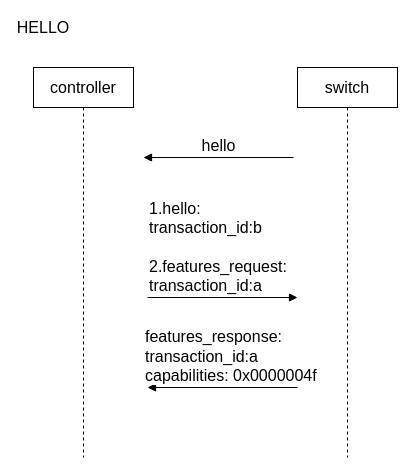
The draw.io diagram page "第 1 页" (1 of 9) of SDN.drawio in waterwatermelon/graph, before the edit. Source tidied: cells renumbered, new cells numbered last; positions are measured from the earlier drawing's top-left corner, leaving out a move shared by most shapes. Both pictures are drawn from the tidied source at 100%, with x=0, y=0 at pixel (23, 17).
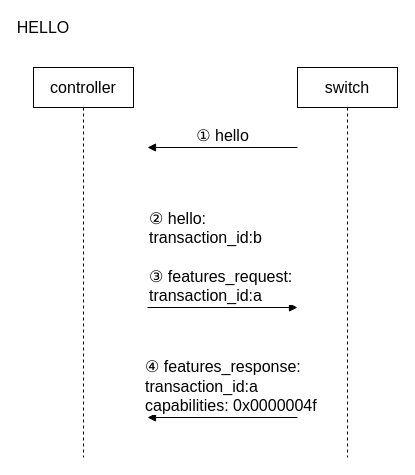
The same diagram, later.

What changed in the source:
```diff
@@
 <mxGraphModel>
   <root>
     <mxCell id="0" />
     <mxCell id="1" parent="0" />
     <mxCell id="2" value="HELLO" style="text;html=1;strokeColor=none;fillColor=none;align=center;verticalAlign=middle;whiteSpace=wrap;rounded=0;fontSize=16;" parent="1" vertex="1">
       <mxGeometry width="40" height="20" as="geometry" />
     </mxCell>
     <mxCell id="3" value="controller" style="shape=umlLifeline;perimeter=lifelinePerimeter;whiteSpace=wrap;html=1;fontSize=16;" parent="1" vertex="1">
       <mxGeometry x="10" y="50" width="100" height="390" as="geometry" />
     </mxCell>
     <mxCell id="4" value="switch" style="shape=umlLifeline;perimeter=lifelinePerimeter;whiteSpace=wrap;html=1;fontSize=16;" parent="1" vertex="1">
       <mxGeometry x="274" y="50" width="100" height="390" as="geometry" />
     </mxCell>
-    <mxCell id="5" value="hello" style="html=1;verticalAlign=bottom;endArrow=block;fontSize=16;" parent="1" edge="1">
+    <mxCell id="5" value="① hello" style="html=1;verticalAlign=bottom;endArrow=block;fontSize=16;" parent="1" edge="1">
       <mxGeometry relative="1" as="geometry">
-        <mxPoint x="270" y="140" as="sourcePoint" />
-        <mxPoint x="120" y="140" as="targetPoint" />
+        <mxPoint x="274" y="130" as="sourcePoint" />
+        <mxPoint x="124" y="130" as="targetPoint" />
       </mxGeometry>
     </mxCell>
-    <mxCell id="6" value="1.hello:&lt;br&gt;transaction_id:b&lt;br&gt;&lt;br&gt;2.features_request:&lt;br&gt;transaction_id:a" style="html=1;verticalAlign=bottom;endArrow=block;fontSize=16;align=left;" parent="1" edge="1">
-      <mxGeometry x="-1" relative="1" as="geometry">
-        <mxPoint x="124" y="280" as="sourcePoint" />
-        <mxPoint x="274" y="280" as="targetPoint" />
-      </mxGeometry>
-    </mxCell>
-    <mxCell id="7" value="features_response:&lt;br&gt;transaction_id:a&lt;br&gt;capabilities: 0x0000004f" style="html=1;verticalAlign=bottom;endArrow=block;fontSize=16;align=left;" parent="1" edge="1">
+    <mxCell id="7" value="④ features_response:&lt;br&gt;transaction_id:a&lt;br&gt;capabilities: 0x0000004f" style="html=1;verticalAlign=bottom;endArrow=block;fontSize=16;align=left;" parent="1" edge="1">
       <mxGeometry x="1" y="4" relative="1" as="geometry">
-        <mxPoint x="274" y="370" as="sourcePoint" />
-        <mxPoint x="124" y="370" as="targetPoint" />
+        <mxPoint x="274" y="400" as="sourcePoint" />
+        <mxPoint x="124" y="400" as="targetPoint" />
         <mxPoint x="-4" y="-4" as="offset" />
       </mxGeometry>
     </mxCell>
+    <mxCell id="8" value="② hello:&lt;br&gt;transaction_id:b&lt;br&gt;&lt;br&gt;③ features_request:&lt;br&gt;transaction_id:a" style="html=1;verticalAlign=bottom;endArrow=block;fontSize=16;align=left;" parent="1" edge="1">
+      <mxGeometry x="-1" relative="1" as="geometry">
+        <mxPoint x="124" y="290" as="sourcePoint" />
+        <mxPoint x="274" y="290" as="targetPoint" />
+      </mxGeometry>
+    </mxCell>
   </root>
 </mxGraphModel>
```
